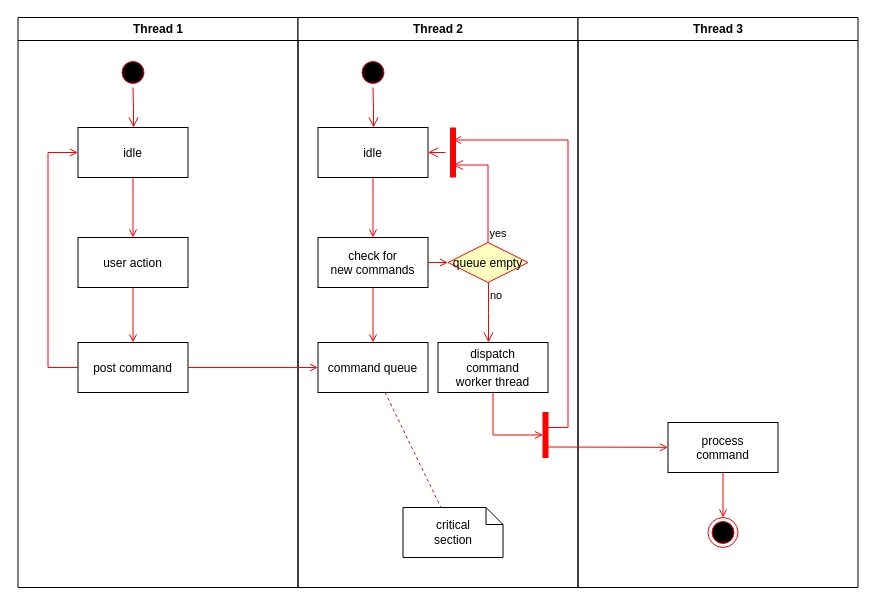
Before: arch.drawio in burakovas/arch_web, a draw.io diagram. Source tidied: cells renumbered, new cells numbered last; positions are measured from the earlier drawing's top-left corner, leaving out a move shared by most shapes. Both pictures are drawn from the tidied source at 100%, with x=0, y=0 at pixel (17, 17).
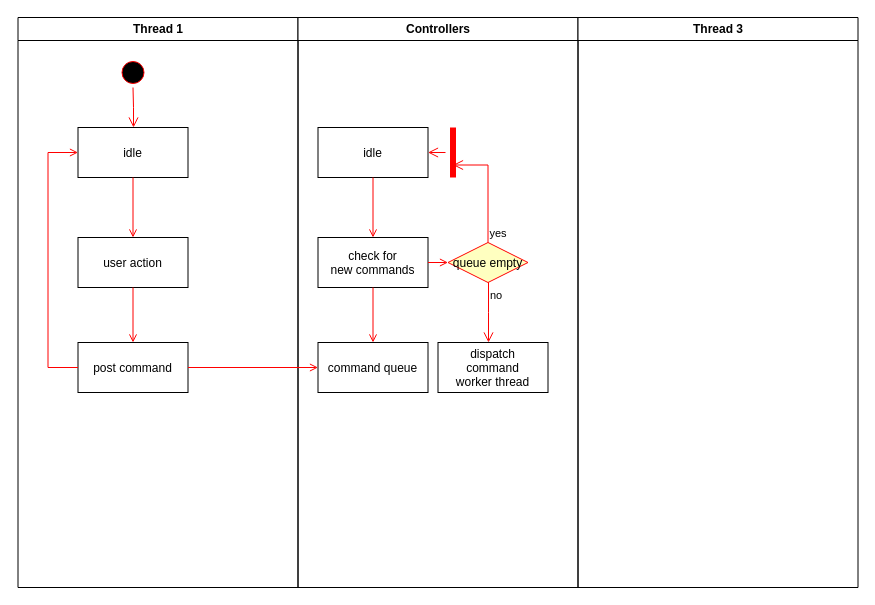
After the change.

The change refers to these unchanged cells:
```xml
<mxCell id="14" value="idle" parent="11" vertex="1">
  <mxGeometry x="20" y="110" width="110" height="50" as="geometry" />
</mxCell>
<mxCell id="17" value="command queue" parent="11" vertex="1">
  <mxGeometry x="20" y="325" width="110" height="50" as="geometry" />
</mxCell>
<mxCell id="23" style="shape=line;strokeWidth=6;strokeColor=#ff0000;rotation=90;" parent="11" vertex="1">
  <mxGeometry x="130" y="127.5" width="50" height="15" as="geometry" />
</mxCell>
<mxCell id="25" value="dispatch&#10;command&#10;worker thread" parent="11" vertex="1">
  <mxGeometry x="140" y="325" width="110" height="50" as="geometry" />
</mxCell>
<mxCell id="30" value="Thread 3" style="swimlane;whiteSpace=wrap;" parent="1" vertex="1">
  <mxGeometry x="560.5" width="280" height="570" as="geometry" />
</mxCell>
```

What changed in the source:
```diff
@@
-    <mxCell id="11" value="Thread 2" style="swimlane;whiteSpace=wrap;" parent="1" vertex="1">
+    <mxCell id="11" value="Controllers" style="swimlane;whiteSpace=wrap;" parent="1" vertex="1">
       <mxGeometry x="280.5" width="280" height="570" as="geometry" />
     </mxCell>
-    <mxCell id="12" style="ellipse;shape=startState;fillColor=#000000;strokeColor=#ff0000;" parent="11" vertex="1">
-      <mxGeometry x="60" y="40" width="30" height="30" as="geometry" />
-    </mxCell>
-    <mxCell id="13" style="edgeStyle=elbowEdgeStyle;elbow=horizontal;verticalAlign=bottom;endArrow=open;endSize=8;strokeColor=#FF0000;endFill=1;rounded=0;" parent="11" edge="1" source="12" target="14">
-      <mxGeometry x="40" y="20" as="geometry" />
-    </mxCell>
@@
-    <mxCell id="26" value="critical&#10;section" style="shape=note;whiteSpace=wrap;size=17;" parent="11" vertex="1">
-      <mxGeometry x="105" y="490" width="100" height="50" as="geometry" />
-    </mxCell>
-    <mxCell id="27" style="endArrow=none;strokeColor=#FF0000;endFill=0;rounded=0;dashed=1;" parent="11" edge="1" source="17" target="26">
-      <mxGeometry relative="1" as="geometry" />
-    </mxCell>
-    <mxCell id="28" style="whiteSpace=wrap;strokeColor=#FF0000;fillColor=#FF0000;" parent="11" vertex="1">
-      <mxGeometry x="245" y="395" width="5" height="45" as="geometry" />
-    </mxCell>
-    <mxCell id="29" style="edgeStyle=elbowEdgeStyle;elbow=horizontal;entryX=0;entryY=0.5;strokeColor=#FF0000;endArrow=open;endFill=1;rounded=0;" parent="11" edge="1" source="25" target="28">
-      <mxGeometry relative="1" as="geometry">
-        <Array as="points">
-          <mxPoint x="195" y="400" />
-        </Array>
-      </mxGeometry>
-    </mxCell>
@@
-    <mxCell id="31" value="process&#10;command" parent="30" vertex="1">
-      <mxGeometry x="90" y="405" width="110" height="50" as="geometry" />
-    </mxCell>
-    <mxCell id="32" style="edgeStyle=elbowEdgeStyle;elbow=horizontal;strokeColor=#FF0000;endArrow=open;endFill=1;rounded=0;entryX=0.25;entryY=0.5;entryPerimeter=0;" parent="30" edge="1" target="23">
-      <mxGeometry relative="1" as="geometry">
-        <mxPoint x="-30" y="410" as="sourcePoint" />
-        <Array as="points">
-          <mxPoint x="-10" y="135" />
-        </Array>
-      </mxGeometry>
-    </mxCell>
-    <mxCell id="33" style="edgeStyle=none;strokeColor=#FF0000;endArrow=open;endFill=1;rounded=0;" parent="30" edge="1" target="31">
-      <mxGeometry relative="1" as="geometry">
-        <mxPoint x="-30" y="429.5" as="sourcePoint" />
-      </mxGeometry>
-    </mxCell>
-    <mxCell id="34" style="ellipse;shape=endState;fillColor=#000000;strokeColor=#ff0000;" parent="30" vertex="1">
-      <mxGeometry x="130" y="500" width="30" height="30" as="geometry" />
-    </mxCell>
-    <mxCell id="35" style="endArrow=open;strokeColor=#FF0000;endFill=1;rounded=0;" parent="30" edge="1" source="31" target="34">
-      <mxGeometry relative="1" as="geometry" />
-    </mxCell>
```
